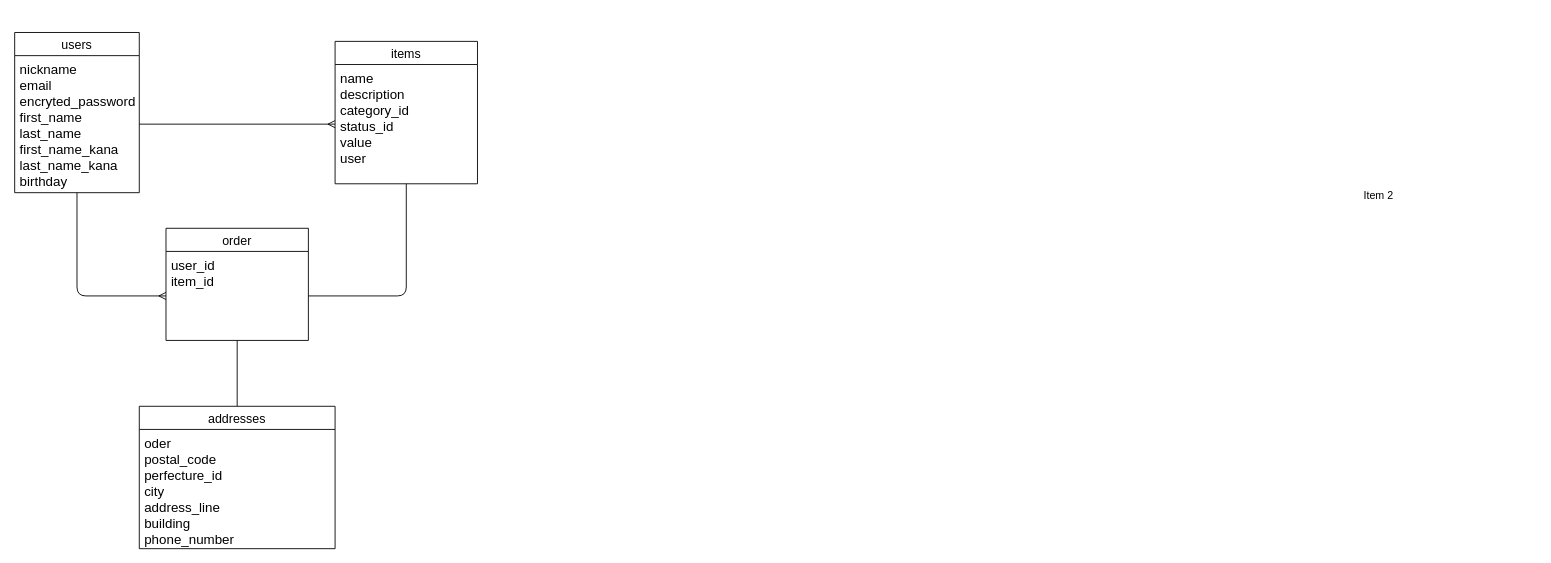
Earlier version of the draw.io diagram test.dio (YUICHI1011/furima-40339). Source tidied: cells renumbered, new cells numbered last; positions are measured from the earlier drawing's top-left corner, leaving out a move shared by most shapes. Both pictures are drawn from the tidied source at 89%, with x=0, y=0 at pixel (14, 32).
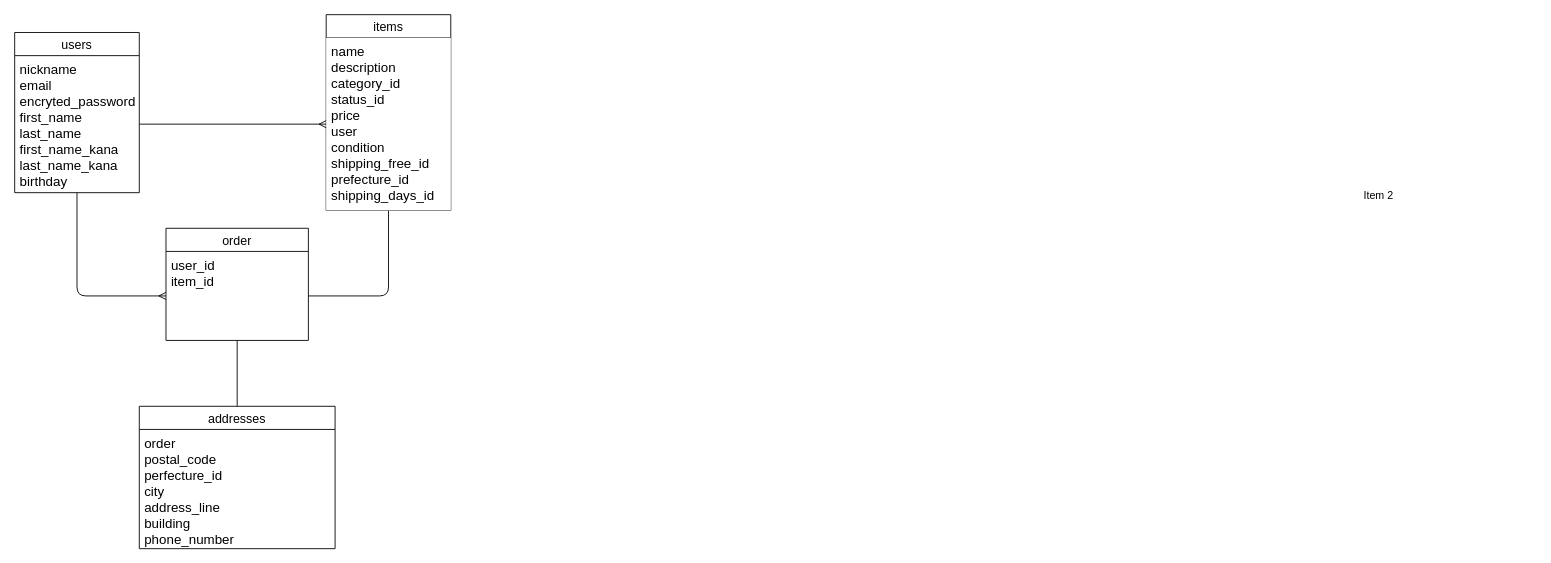
The same page after the edit.

Commit message (it also covers changes not shown here):
データベース設計の再修正2

The edit, as a diff of the source:
```diff
@@
 <mxGraphModel>
   <root>
     <mxCell id="0" />
     <mxCell id="1" parent="0" />
     <mxCell id="2" style="edgeStyle=orthogonalEdgeStyle;html=1;entryX=0;entryY=0.5;entryDx=0;entryDy=0;fontSize=15;endArrow=ERmany;endFill=0;" parent="1" edge="1" source="3" target="12">
       <mxGeometry relative="1" as="geometry" />
     </mxCell>
     <mxCell id="3" value="users" style="swimlane;fontStyle=0;horizontal=1;startSize=26;align=center;fontSize=14;" parent="1" vertex="1">
       <mxGeometry width="140" height="180" as="geometry" />
     </mxCell>
     <mxCell id="4" value="nickname&#10;email&#10;encryted_password&#10;first_name&#10;last_name&#10;first_name_kana&#10;last_name_kana&#10;birthday&#10;" style="text;strokeColor=none;fillColor=none;spacingLeft=4;spacingRight=4;overflow=hidden;points=[[0,0.5],[1,0.5]];portConstraint=eastwest;fontSize=15;align=left;fontStyle=0;" parent="3" vertex="1">
       <mxGeometry y="26" width="140" height="154" as="geometry" />
     </mxCell>
     <mxCell id="5" value="Item 2" style="text;strokeColor=none;fillColor=none;spacingLeft=4;spacingRight=4;overflow=hidden;fontSize=12;" parent="1" vertex="1">
       <mxGeometry x="1510" y="170" width="200" height="30" as="geometry" />
     </mxCell>
-    <mxCell id="6" style="edgeStyle=none;html=1;fontSize=15;endArrow=ERmany;endFill=0;" parent="1" edge="1" source="8">
-      <mxGeometry relative="1" as="geometry">
-        <mxPoint x="450" y="170" as="targetPoint" />
-      </mxGeometry>
-    </mxCell>
-    <mxCell id="7" style="edgeStyle=orthogonalEdgeStyle;html=1;fontSize=15;endArrow=none;endFill=0;entryX=1;entryY=0.5;entryDx=0;entryDy=0;" parent="1" edge="1" source="8" target="12">
+    <mxCell id="7" style="edgeStyle=orthogonalEdgeStyle;html=1;endArrow=none;endFill=0;" parent="1" edge="1" source="8" target="12">
       <mxGeometry relative="1" as="geometry" />
     </mxCell>
     <mxCell id="8" value="items" style="swimlane;fontStyle=0;horizontal=1;startSize=26;align=center;fontSize=14;" parent="1" vertex="1">
-      <mxGeometry x="360" y="10" width="160" height="160" as="geometry" />
+      <mxGeometry x="350" y="-20" width="140" height="220" as="geometry" />
     </mxCell>
-    <mxCell id="9" value="name&#10;description&#10;category_id&#10;status_id&#10;value&#10;user&#10;" style="text;strokeColor=none;fillColor=none;spacingLeft=4;spacingRight=4;overflow=hidden;points=[[0,0.5],[1,0.5]];portConstraint=eastwest;fontSize=15;" parent="8" vertex="1">
-      <mxGeometry y="26" width="160" height="134" as="geometry" />
+    <mxCell id="9" value="name&#10;description&#10;category_id&#10;status_id&#10;price&#10;user&#10;condition&#10;shipping_free_id&#10;prefecture_id&#10;shipping_days_id&#10;&#10;" style="text;strokeColor=none;fillColor=default;spacingLeft=4;spacingRight=4;overflow=hidden;points=[[0,0.5],[1,0.5]];portConstraint=eastwest;fontSize=15;" parent="8" vertex="1">
+      <mxGeometry y="26" width="140" height="194" as="geometry" />
     </mxCell>
     <mxCell id="10" style="edgeStyle=orthogonalEdgeStyle;html=1;entryX=0.5;entryY=0;entryDx=0;entryDy=0;fontSize=15;endArrow=none;endFill=0;" parent="1" edge="1" source="11" target="13">
       <mxGeometry relative="1" as="geometry" />
     </mxCell>
     <mxCell id="11" value="order" style="swimlane;fontStyle=0;horizontal=1;startSize=26;align=center;fontSize=14;" parent="1" vertex="1">
       <mxGeometry x="170" y="220" width="160" height="126" as="geometry" />
     </mxCell>
     <mxCell id="12" value="user_id&#10;item_id" style="text;strokeColor=none;fillColor=none;spacingLeft=4;spacingRight=4;overflow=hidden;points=[[0,0.5],[1,0.5]];portConstraint=eastwest;fontSize=15;" parent="11" vertex="1">
       <mxGeometry y="26" width="160" height="100" as="geometry" />
     </mxCell>
     <mxCell id="13" value="addresses" style="swimlane;fontStyle=0;horizontal=1;startSize=26;align=center;fontSize=14;" parent="1" vertex="1">
       <mxGeometry x="140" y="420" width="220" height="160" as="geometry" />
     </mxCell>
-    <mxCell id="14" value="oder&#10;postal_code&#10;perfecture_id&#10;city&#10;address_line&#10;building&#10;phone_number" style="text;strokeColor=none;fillColor=none;spacingLeft=4;spacingRight=4;overflow=hidden;fontSize=15;" parent="13" vertex="1">
+    <mxCell id="14" value="order&#10;postal_code&#10;perfecture_id&#10;city&#10;address_line&#10;building&#10;phone_number" style="text;strokeColor=none;fillColor=none;spacingLeft=4;spacingRight=4;overflow=hidden;fontSize=15;" parent="13" vertex="1">
       <mxGeometry y="26" width="220" height="134" as="geometry" />
     </mxCell>
-    <mxCell id="15" style="edgeStyle=none;html=1;fontSize=15;endArrow=ERmany;endFill=0;entryX=0;entryY=0.5;entryDx=0;entryDy=0;" parent="1" edge="1" source="4" target="9">
+    <mxCell id="15" style="edgeStyle=none;html=1;exitX=1;exitY=0.5;exitDx=0;exitDy=0;entryX=0;entryY=0.5;entryDx=0;entryDy=0;endArrow=ERmany;endFill=0;" parent="1" edge="1" source="4" target="9">
       <mxGeometry relative="1" as="geometry" />
     </mxCell>
   </root>
 </mxGraphModel>
```
